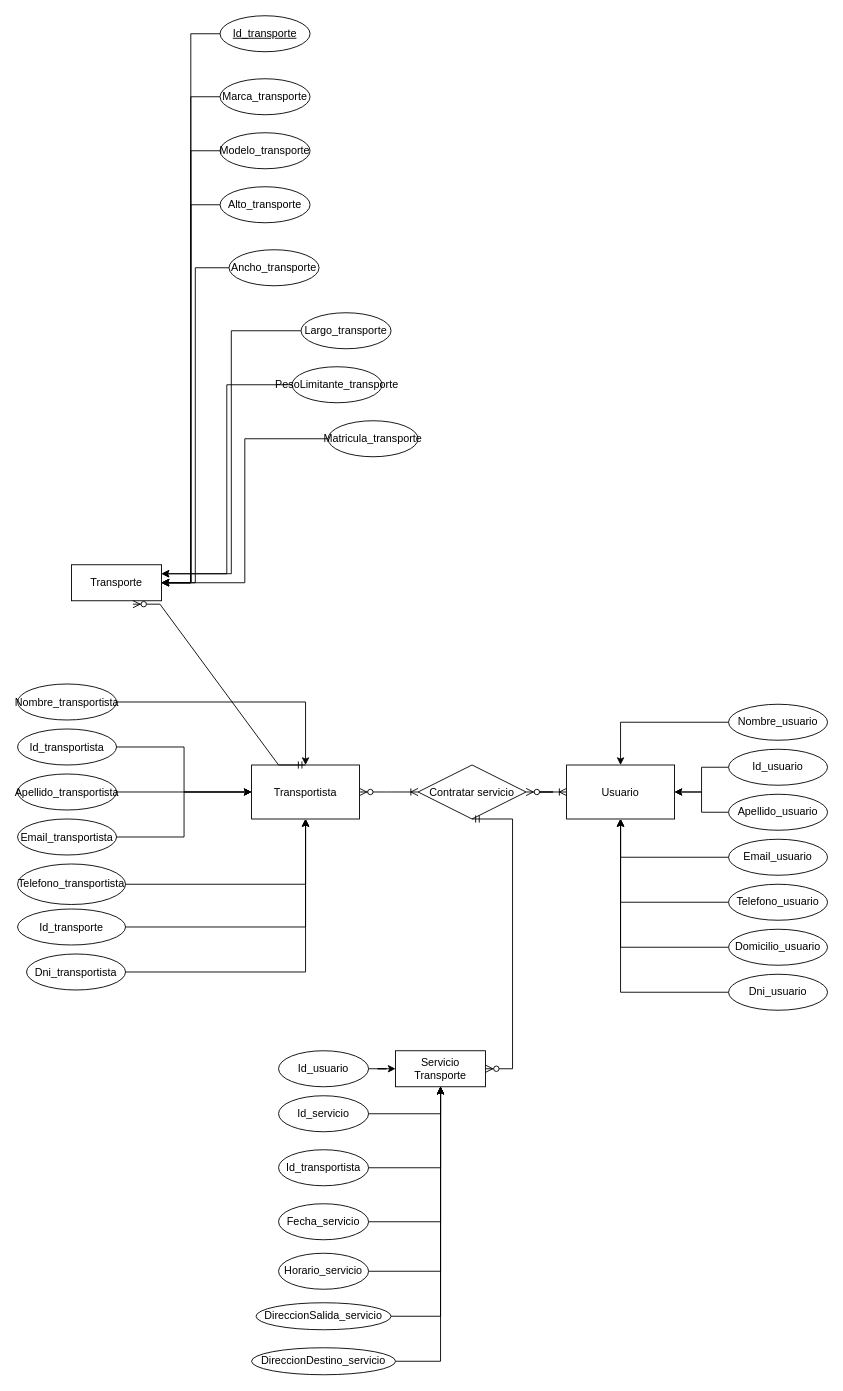
The draw.io diagram Diagrama sin título.drawio in projects-assignments/mudapp-grupo-5, before the edit. Source tidied: cells renumbered, new cells numbered last; positions are measured from the earlier drawing's top-left corner, leaving out a move shared by most shapes. Both pictures are drawn from the tidied source at 90%, with x=0, y=0 at pixel (17, 15).
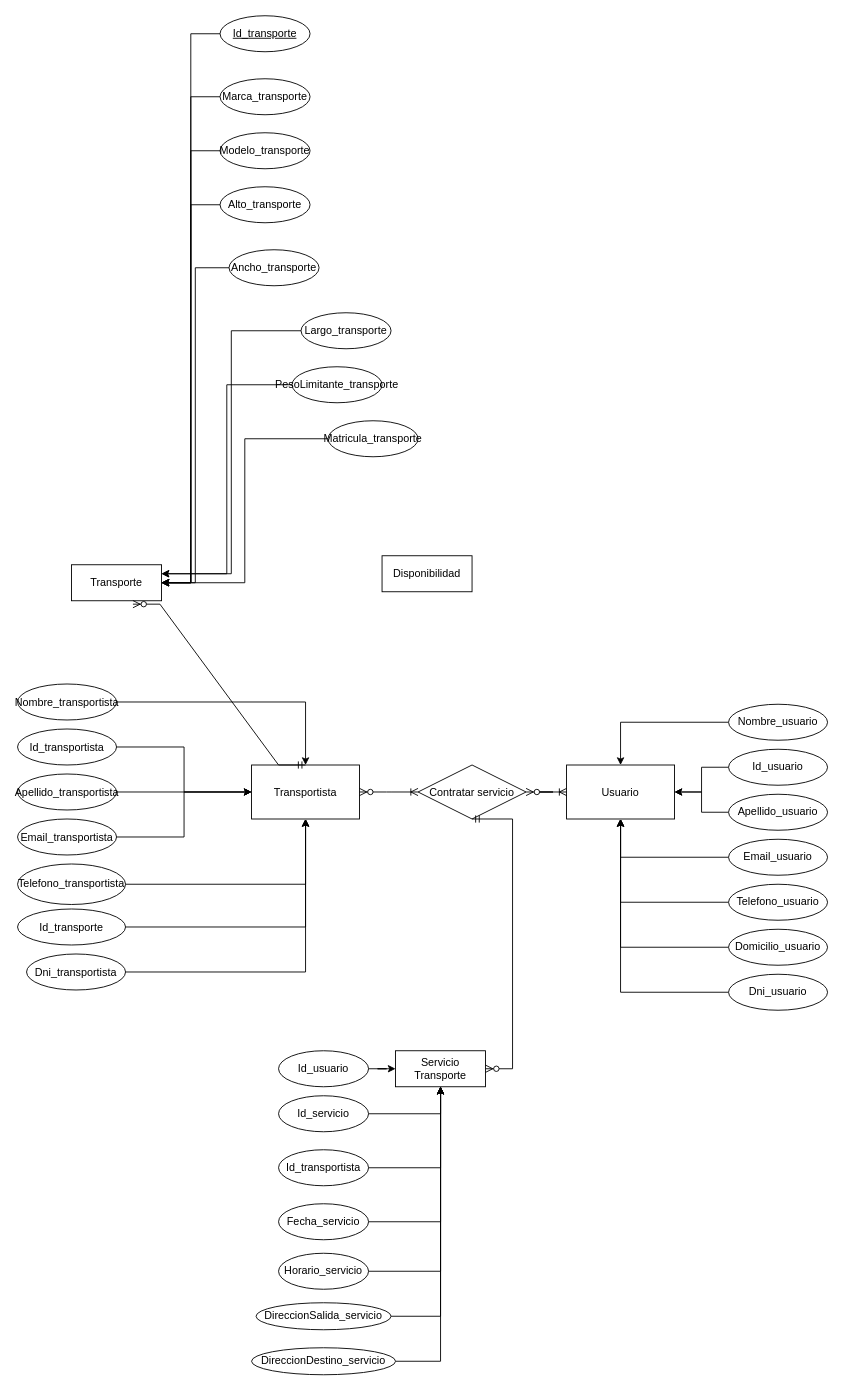
The same diagram, later.

What changed in the source:
```diff
@@
+    <mxCell id="69" value="Disponibilidad" style="whiteSpace=wrap;html=1;align=center;" parent="1" vertex="1">
+      <mxGeometry x="405" y="600" width="100" height="40" as="geometry" />
+    </mxCell>
```
